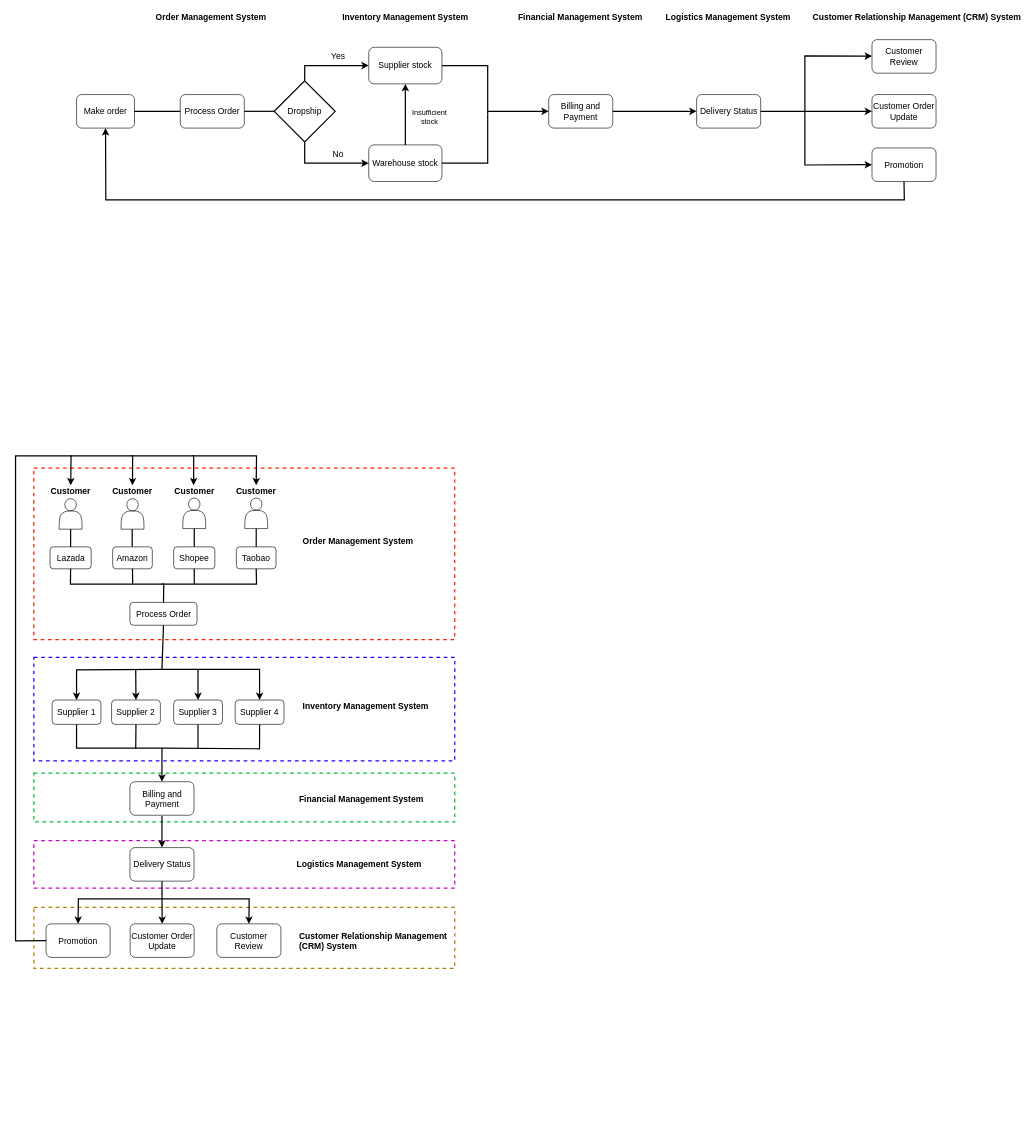
This is ERP flowchart.drawio from Levaote/chart, a draw.io file, before an edit. Source tidied: cells renumbered, new cells numbered last; positions are measured from the earlier drawing's top-left corner, leaving out a move shared by most shapes. Both pictures are drawn from the tidied source at 61%, with x=0, y=0 at pixel (15, 10).
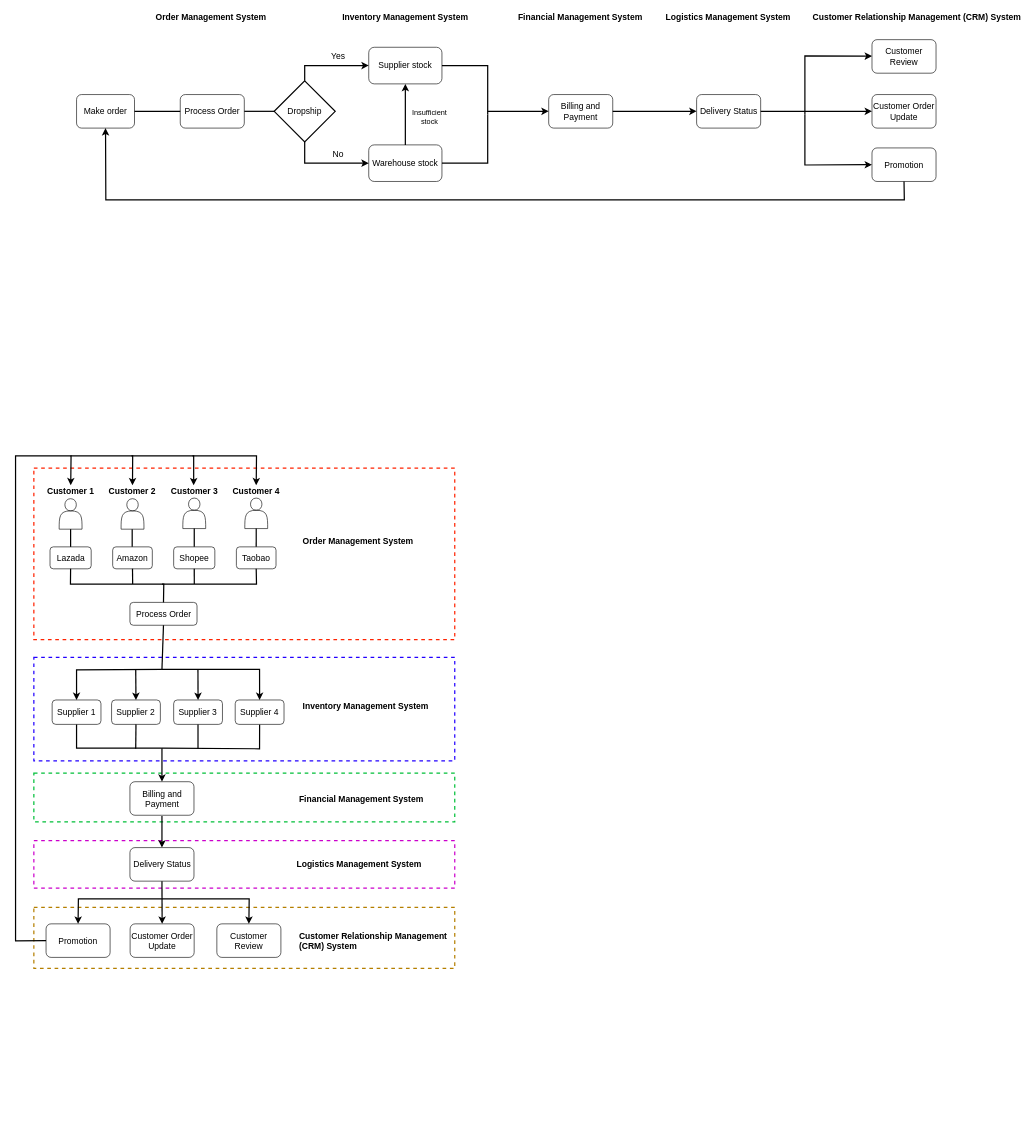
The same diagram, later.

Diff of the diagram source:
```diff
@@
-    <mxCell id="14" value="&lt;span style=&quot;font-size: 14px;&quot; id=&quot;docs-internal-guid-6c4757c5-7fff-143b-70de-a1ef65d458ee&quot;&gt;&lt;span style=&quot;font-size: 14px; font-family: Arial; color: rgb(0, 0, 0); background-color: transparent; font-style: normal; font-variant: normal; text-decoration: none; vertical-align: baseline;&quot;&gt;Customer&lt;/span&gt;&lt;/span&gt;" style="text;whiteSpace=wrap;html=1;verticalAlign=middle;align=center;fontStyle=1;fontSize=14;" parent="1" vertex="1">
+    <mxCell id="14" value="&lt;span style=&quot;font-size: 14px;&quot; id=&quot;docs-internal-guid-6c4757c5-7fff-143b-70de-a1ef65d458ee&quot;&gt;&lt;span style=&quot;font-size: 14px; font-family: Arial; color: rgb(0, 0, 0); background-color: transparent; font-style: normal; font-variant: normal; text-decoration: none; vertical-align: baseline;&quot;&gt;Customer 1&lt;/span&gt;&lt;/span&gt;" style="text;whiteSpace=wrap;html=1;verticalAlign=middle;align=center;fontStyle=1;fontSize=14;" parent="1" vertex="1">
       <mxGeometry x="49.2" y="778" width="82.5" height="20" as="geometry" />
     </mxCell>
@@
-    <mxCell id="71" value="&lt;span style=&quot;font-size: 14px;&quot; id=&quot;docs-internal-guid-6c4757c5-7fff-143b-70de-a1ef65d458ee&quot;&gt;&lt;span style=&quot;font-size: 14px; font-family: Arial; color: rgb(0, 0, 0); background-color: transparent; font-style: normal; font-variant: normal; text-decoration: none; vertical-align: baseline;&quot;&gt;Customer&lt;/span&gt;&lt;/span&gt;" style="text;whiteSpace=wrap;html=1;verticalAlign=middle;align=center;fontStyle=1;fontSize=14;" parent="1" vertex="1">
+    <mxCell id="71" value="&lt;span style=&quot;font-size: 14px;&quot; id=&quot;docs-internal-guid-6c4757c5-7fff-143b-70de-a1ef65d458ee&quot;&gt;&lt;span style=&quot;font-size: 14px; font-family: Arial; color: rgb(0, 0, 0); background-color: transparent; font-style: normal; font-variant: normal; text-decoration: none; vertical-align: baseline;&quot;&gt;Customer 2&lt;/span&gt;&lt;/span&gt;" style="text;whiteSpace=wrap;html=1;verticalAlign=middle;align=center;fontStyle=1;fontSize=14;" parent="1" vertex="1">
       <mxGeometry x="146.1" y="778" width="91.2" height="20" as="geometry" />
     </mxCell>
-    <mxCell id="72" value="&lt;span style=&quot;font-size: 14px;&quot; id=&quot;docs-internal-guid-6c4757c5-7fff-143b-70de-a1ef65d458ee&quot;&gt;&lt;span style=&quot;font-size: 14px; font-family: Arial; color: rgb(0, 0, 0); background-color: transparent; font-style: normal; font-variant: normal; text-decoration: none; vertical-align: baseline;&quot;&gt;Customer&lt;/span&gt;&lt;/span&gt;" style="text;whiteSpace=wrap;html=1;verticalAlign=middle;align=center;fontStyle=1;fontSize=14;" parent="1" vertex="1">
+    <mxCell id="72" value="&lt;span style=&quot;font-size: 14px;&quot; id=&quot;docs-internal-guid-6c4757c5-7fff-143b-70de-a1ef65d458ee&quot;&gt;&lt;span style=&quot;font-size: 14px; font-family: Arial; color: rgb(0, 0, 0); background-color: transparent; font-style: normal; font-variant: normal; text-decoration: none; vertical-align: baseline;&quot;&gt;Customer 3&lt;/span&gt;&lt;/span&gt;" style="text;whiteSpace=wrap;html=1;verticalAlign=middle;align=center;fontStyle=1;fontSize=14;" parent="1" vertex="1">
       <mxGeometry x="251.8" y="778" width="82.5" height="20" as="geometry" />
     </mxCell>
@@
-    <mxCell id="75" value="&lt;span style=&quot;font-size: 14px;&quot; id=&quot;docs-internal-guid-6c4757c5-7fff-143b-70de-a1ef65d458ee&quot;&gt;&lt;span style=&quot;font-size: 14px; font-family: Arial; color: rgb(0, 0, 0); background-color: transparent; font-style: normal; font-variant: normal; text-decoration: none; vertical-align: baseline;&quot;&gt;Customer&lt;/span&gt;&lt;/span&gt;" style="text;whiteSpace=wrap;html=1;verticalAlign=middle;align=center;fontStyle=1;fontSize=14;" parent="1" vertex="1">
+    <mxCell id="75" value="&lt;span style=&quot;font-size: 14px;&quot; id=&quot;docs-internal-guid-6c4757c5-7fff-143b-70de-a1ef65d458ee&quot;&gt;&lt;span style=&quot;font-size: 14px; font-family: Arial; color: rgb(0, 0, 0); background-color: transparent; font-style: normal; font-variant: normal; text-decoration: none; vertical-align: baseline;&quot;&gt;Customer 4&lt;/span&gt;&lt;/span&gt;" style="text;whiteSpace=wrap;html=1;verticalAlign=middle;align=center;fontStyle=1;fontSize=14;" parent="1" vertex="1">
       <mxGeometry x="348.9" y="778" width="91.2" height="20" as="geometry" />
     </mxCell>
```
